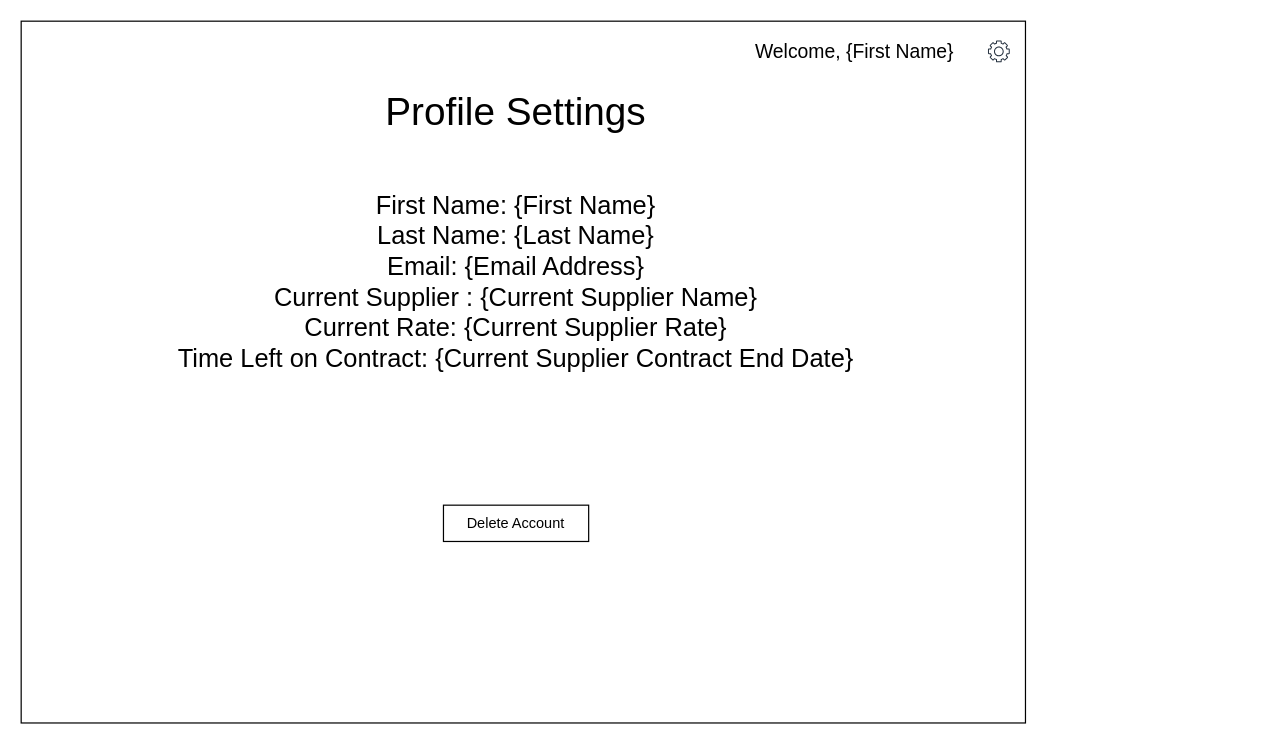
Above: page "Profile Settings" (5 of 5) of documentation/diagrams/Wireframes.drawio in PSUCapstone2023-Group1/Clean-Energy-PA (draw.io), before the change. Source tidied: cells renumbered, new cells numbered last; positions are measured from the earlier drawing's top-left corner, leaving out a move shared by most shapes. Both pictures are drawn from the tidied source at 121%, with x=0, y=0 at pixel (21, 21).
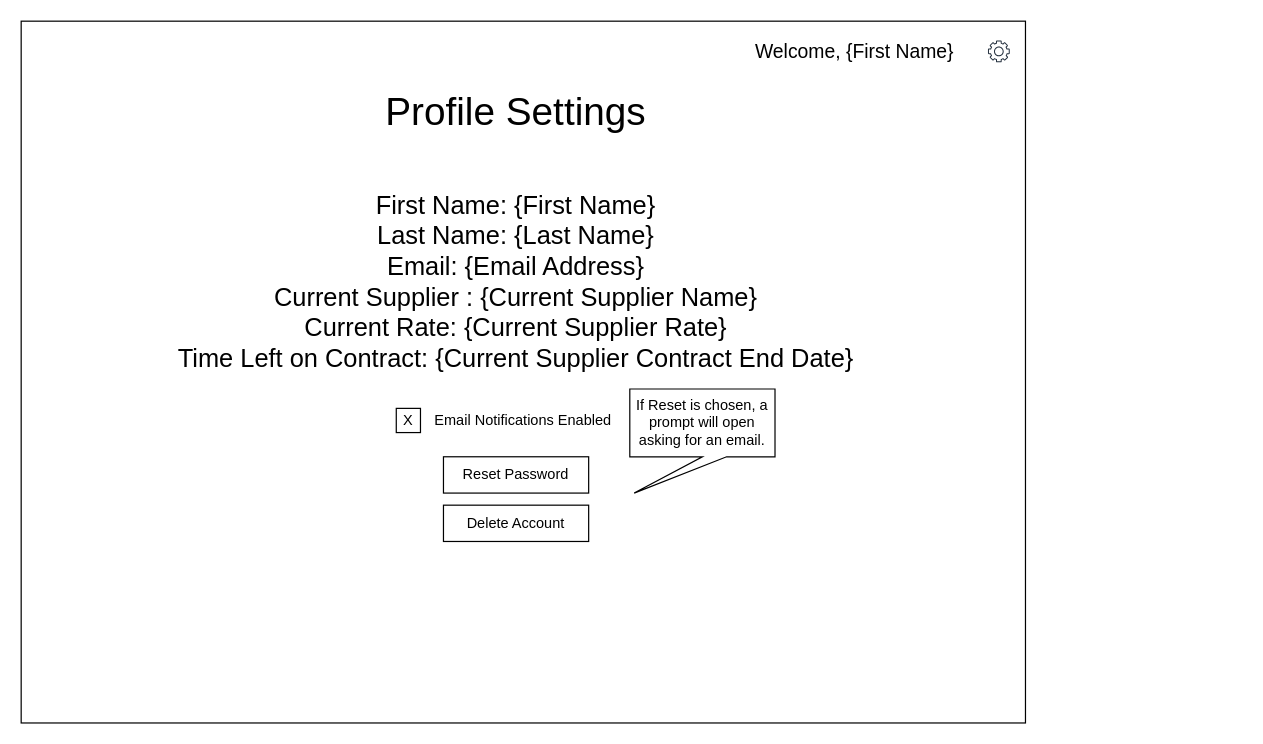
The same page after the edit.

What changed in the source:
```diff
@@
 <mxGraphModel>
   <root>
     <mxCell id="0" />
     <mxCell id="1" parent="0" />
     <mxCell id="2" style="rounded=0;whiteSpace=wrap;html=1;" parent="1" vertex="1">
       <mxGeometry width="830" height="580" as="geometry" />
     </mxCell>
     <mxCell id="3" value="&lt;font style=&quot;font-size: 32px;&quot;&gt;Profile Settings&lt;/font&gt;" style="text;strokeColor=none;align=center;fillColor=none;html=1;verticalAlign=middle;whiteSpace=wrap;rounded=0;" parent="1" vertex="1">
       <mxGeometry x="89" y="60" width="640" height="30" as="geometry" />
     </mxCell>
     <mxCell id="4" value="Delete Account" style="rounded=0;whiteSpace=wrap;html=1;" parent="1" vertex="1">
       <mxGeometry x="349" y="400" width="120" height="30" as="geometry" />
     </mxCell>
     <mxCell id="5" style="sketch=0;fontColor=#232F3E;gradientColor=none;fillColor=#232F3D;strokeColor=none;dashed=0;verticalLabelPosition=bottom;verticalAlign=top;align=center;html=1;fontSize=12;fontStyle=0;shape=mxgraph.aws4.gear;" parent="1" vertex="1">
       <mxGeometry x="799" y="16" width="18" height="18" as="geometry" />
     </mxCell>
     <mxCell id="6" value="&lt;font style=&quot;font-size: 16px;&quot;&gt;Welcome, {First Name}&lt;/font&gt;" style="text;strokeColor=none;align=center;fillColor=none;html=1;verticalAlign=middle;whiteSpace=wrap;rounded=0;" parent="1" vertex="1">
       <mxGeometry x="369" y="10" width="640" height="30" as="geometry" />
     </mxCell>
     <mxCell id="7" value="&lt;font style=&quot;font-size: 21px;&quot;&gt;First Name: {First Name}&lt;br&gt;Last Name: {Last Name}&lt;br&gt;Email: {Email Address}&lt;br&gt;Current Supplier : {Current Supplier Name}&lt;br&gt;Current Rate: {Current Supplier Rate}&lt;br&gt;Time Left on Contract: {Current Supplier Contract End Date}&lt;br&gt;&lt;/font&gt;" style="text;strokeColor=none;align=center;fillColor=none;html=1;verticalAlign=middle;whiteSpace=wrap;rounded=0;" parent="1" vertex="1">
       <mxGeometry x="89" y="200" width="640" height="30" as="geometry" />
     </mxCell>
+    <mxCell id="8" style="rounded=0;whiteSpace=wrap;html=1;" parent="1" vertex="1">
+      <mxGeometry x="310" y="320" width="20" height="20" as="geometry" />
+    </mxCell>
+    <mxCell id="9" value="X" style="text;strokeColor=none;align=center;fillColor=none;html=1;verticalAlign=middle;whiteSpace=wrap;rounded=0;" parent="1" vertex="1">
+      <mxGeometry x="310" y="320" width="20" height="20" as="geometry" />
+    </mxCell>
+    <mxCell id="10" value="Email Notifications Enabled" style="text;strokeColor=none;align=center;fillColor=none;html=1;verticalAlign=middle;whiteSpace=wrap;rounded=0;" parent="1" vertex="1">
+      <mxGeometry x="327" y="315" width="176" height="30" as="geometry" />
+    </mxCell>
+    <mxCell id="11" value="Reset Password" style="rounded=0;whiteSpace=wrap;html=1;" parent="1" vertex="1">
+      <mxGeometry x="349" y="360" width="120" height="30" as="geometry" />
+    </mxCell>
+    <mxCell id="12" value="If Reset is chosen, a prompt will open asking for an email." style="shape=callout;whiteSpace=wrap;html=1;perimeter=calloutPerimeter;position2=0.03;" parent="1" vertex="1">
+      <mxGeometry x="503" y="304" width="120" height="86" as="geometry" />
+    </mxCell>
   </root>
 </mxGraphModel>
```
